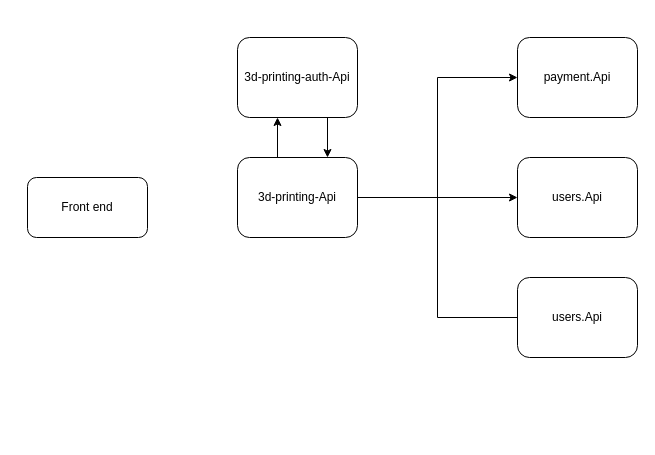
Above: 3dPrintingApplicationDesign.drawio in SifisoMzansi/architecture-diagrams (draw.io), before the change. Source tidied: cells renumbered, new cells numbered last; positions are measured from the earlier drawing's top-left corner, leaving out a move shared by most shapes. Both pictures are drawn from the tidied source at 100%, with x=0, y=0 at pixel (27, 37).
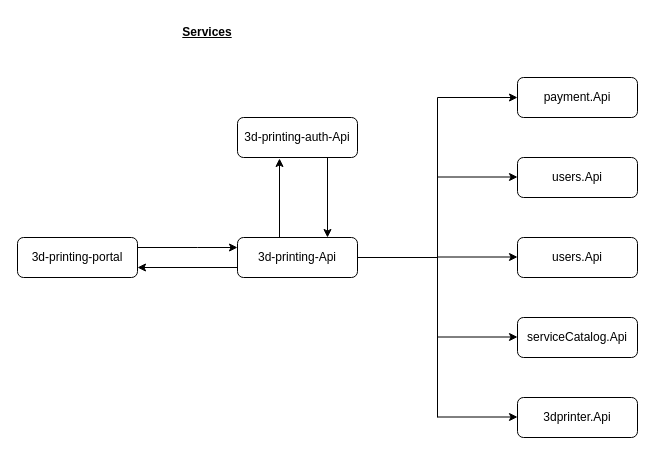
The same page after the edit.

Diff of the diagram source:
```diff
@@
+    <mxCell id="12" style="edgeStyle=orthogonalEdgeStyle;rounded=0;jettySize=auto;html=1;" parent="1" edge="1" source="2" target="4">
+      <mxGeometry relative="1" as="geometry">
+        <Array as="points">
+          <mxPoint x="170" y="210" />
+          <mxPoint x="170" y="210" />
+        </Array>
+      </mxGeometry>
+    </mxCell>
-    <mxCell id="2" value="Front end" style="rounded=1;whiteSpace=wrap;html=1;" parent="1" vertex="1">
-      <mxGeometry y="140" width="120" height="60" as="geometry" />
+    <mxCell id="2" value="3d-printing-portal" style="rounded=1;whiteSpace=wrap;html=1;" parent="1" vertex="1">
+      <mxGeometry x="-10" y="200" width="120" height="40" as="geometry" />
     </mxCell>
-    <mxCell id="3" style="edgeStyle=orthogonalEdgeStyle;rounded=0;jettySize=auto;html=1;entryX=0;entryY=0.5;entryDx=0;entryDy=0;" parent="1" edge="1" source="4" target="10">
-      <mxGeometry relative="1" as="geometry" />
-    </mxCell>
     <mxCell id="4" value="3d-printing-Api" style="rounded=1;whiteSpace=wrap;html=1;" parent="1" vertex="1">
-      <mxGeometry x="210" y="120" width="120" height="80" as="geometry" />
+      <mxGeometry x="210" y="200" width="120" height="40" as="geometry" />
     </mxCell>
     <mxCell id="5" value="3d-printing-auth-Api" style="rounded=1;whiteSpace=wrap;html=1;" parent="1" vertex="1">
-      <mxGeometry x="210" width="120" height="80" as="geometry" />
+      <mxGeometry x="210" y="80" width="120" height="40" as="geometry" />
     </mxCell>
-    <mxCell id="6" style="endArrow=classic;html=1;rounded=0;" parent="1" edge="1">
-      <mxGeometry relative="1" as="geometry">
-        <mxPoint x="300" y="80" as="sourcePoint" />
-        <mxPoint x="300" y="120" as="targetPoint" />
-      </mxGeometry>
+    <mxCell id="6" style="endArrow=classic;html=1;rounded=0;entryX=0.75;entryY=0;entryDx=0;entryDy=0;exitX=0.75;exitY=1;exitDx=0;exitDy=0;" parent="1" edge="1" source="5" target="4">
+      <mxGeometry relative="1" as="geometry" />
     </mxCell>
-    <mxCell id="7" style="endArrow=classic;html=1;rounded=0;" parent="1" edge="1">
-      <mxGeometry relative="1" as="geometry">
-        <mxPoint x="250" y="120" as="sourcePoint" />
-        <mxPoint x="250" y="80" as="targetPoint" />
-      </mxGeometry>
+    <mxCell id="7" style="endArrow=classic;html=1;rounded=0;exitX=0.35;exitY=0;exitDx=0;exitDy=0;exitPerimeter=0;entryX=0.35;entryY=1.025;entryDx=0;entryDy=0;entryPerimeter=0;" parent="1" edge="1" source="4" target="5">
+      <mxGeometry relative="1" as="geometry" />
     </mxCell>
     <mxCell id="8" value="payment.Api" style="rounded=1;whiteSpace=wrap;html=1;" parent="1" vertex="1">
-      <mxGeometry x="490" width="120" height="80" as="geometry" />
+      <mxGeometry x="490" y="40" width="120" height="40" as="geometry" />
     </mxCell>
-    <mxCell id="9" style="edgeStyle=orthogonalEdgeStyle;rounded=0;jettySize=auto;html=1;entryX=0;entryY=0.5;entryDx=0;entryDy=0;exitX=0;exitY=0.5;exitDx=0;exitDy=0;" parent="1" edge="1" source="11" target="8">
-      <mxGeometry relative="1" as="geometry">
-        <Array as="points">
-          <mxPoint x="410" y="280" />
-          <mxPoint x="410" y="40" />
-        </Array>
-      </mxGeometry>
-    </mxCell>
     <mxCell id="10" value="users.Api" style="rounded=1;whiteSpace=wrap;html=1;" parent="1" vertex="1">
-      <mxGeometry x="490" y="120" width="120" height="80" as="geometry" />
+      <mxGeometry x="490" y="120" width="120" height="40" as="geometry" />
     </mxCell>
     <mxCell id="11" value="users.Api" style="rounded=1;whiteSpace=wrap;html=1;" parent="1" vertex="1">
-      <mxGeometry x="490" y="240" width="120" height="80" as="geometry" />
+      <mxGeometry x="490" y="200" width="120" height="40" as="geometry" />
     </mxCell>
+    <mxCell id="13" value="serviceCatalog.Api" style="rounded=1;whiteSpace=wrap;html=1;" parent="1" vertex="1">
+      <mxGeometry x="490" y="280" width="120" height="40" as="geometry" />
+    </mxCell>
+    <mxCell id="14" value="3dprinter.Api" style="rounded=1;whiteSpace=wrap;html=1;" parent="1" vertex="1">
+      <mxGeometry x="490" y="360" width="120" height="40" as="geometry" />
+    </mxCell>
+    <mxCell id="15" style="endArrow=none;html=1;rounded=0;" parent="1" edge="1">
+      <mxGeometry relative="1" as="geometry">
+        <mxPoint x="410" y="380" as="sourcePoint" />
+        <mxPoint x="410" y="60" as="targetPoint" />
+      </mxGeometry>
+    </mxCell>
+    <mxCell id="16" style="endArrow=classic;html=1;rounded=0;entryX=0;entryY=0.5;entryDx=0;entryDy=0;" parent="1" edge="1" target="8">
+      <mxGeometry relative="1" as="geometry">
+        <mxPoint x="410" y="60" as="sourcePoint" />
+      </mxGeometry>
+    </mxCell>
+    <mxCell id="17" style="endArrow=classic;html=1;rounded=0;entryX=0;entryY=0.5;entryDx=0;entryDy=0;" parent="1" edge="1">
+      <mxGeometry relative="1" as="geometry">
+        <mxPoint x="410" y="139.5" as="sourcePoint" />
+        <mxPoint x="490" y="139.5" as="targetPoint" />
+      </mxGeometry>
+    </mxCell>
+    <mxCell id="18" style="endArrow=classic;html=1;rounded=0;entryX=0;entryY=0.5;entryDx=0;entryDy=0;" parent="1" edge="1">
+      <mxGeometry relative="1" as="geometry">
+        <mxPoint x="410" y="219.5" as="sourcePoint" />
+        <mxPoint x="490" y="219.5" as="targetPoint" />
+      </mxGeometry>
+    </mxCell>
+    <mxCell id="19" style="endArrow=classic;html=1;rounded=0;entryX=0;entryY=0.5;entryDx=0;entryDy=0;" parent="1" edge="1">
+      <mxGeometry relative="1" as="geometry">
+        <mxPoint x="410" y="299.5" as="sourcePoint" />
+        <mxPoint x="490" y="299.5" as="targetPoint" />
+      </mxGeometry>
+    </mxCell>
+    <mxCell id="20" style="endArrow=classic;html=1;rounded=0;entryX=0;entryY=0.5;entryDx=0;entryDy=0;" parent="1" edge="1">
+      <mxGeometry relative="1" as="geometry">
+        <mxPoint x="410" y="379.5" as="sourcePoint" />
+        <mxPoint x="490" y="379.5" as="targetPoint" />
+      </mxGeometry>
+    </mxCell>
+    <mxCell id="21" style="endArrow=classic;html=1;rounded=0;exitX=0;exitY=1;exitDx=0;exitDy=0;entryX=1;entryY=1;entryDx=0;entryDy=0;" parent="1" edge="1">
+      <mxGeometry relative="1" as="geometry">
+        <mxPoint x="210" y="230" as="sourcePoint" />
+        <mxPoint x="110" y="230" as="targetPoint" />
+      </mxGeometry>
+    </mxCell>
+    <mxCell id="22" style="endArrow=none;html=1;rounded=0;exitX=1;exitY=0.5;exitDx=0;exitDy=0;" parent="1" edge="1" source="4">
+      <mxGeometry relative="1" as="geometry">
+        <mxPoint x="410" y="220" as="targetPoint" />
+      </mxGeometry>
+    </mxCell>
+    <mxCell id="23" value="&lt;b&gt;&lt;u&gt;Services&lt;/u&gt;&lt;/b&gt;" style="text;html=1;align=center;verticalAlign=middle;whiteSpace=wrap;rounded=0;" parent="1" vertex="1">
+      <mxGeometry x="100" y="-20" width="160" height="30" as="geometry" />
+    </mxCell>
```
